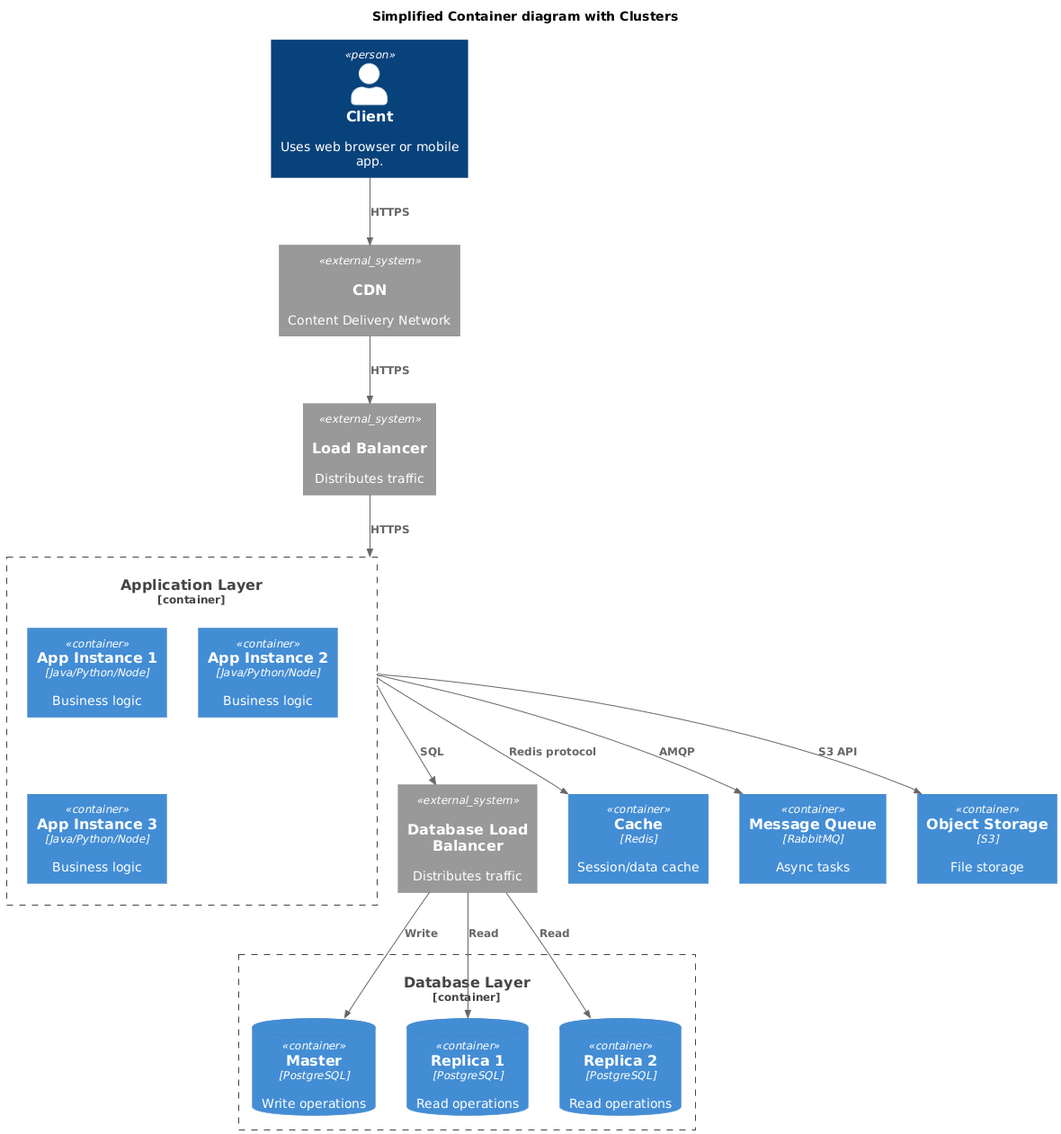
The PlantUML diagram 1 week/c4_simple_system.png in JuliaBars/system_design, before a commit.
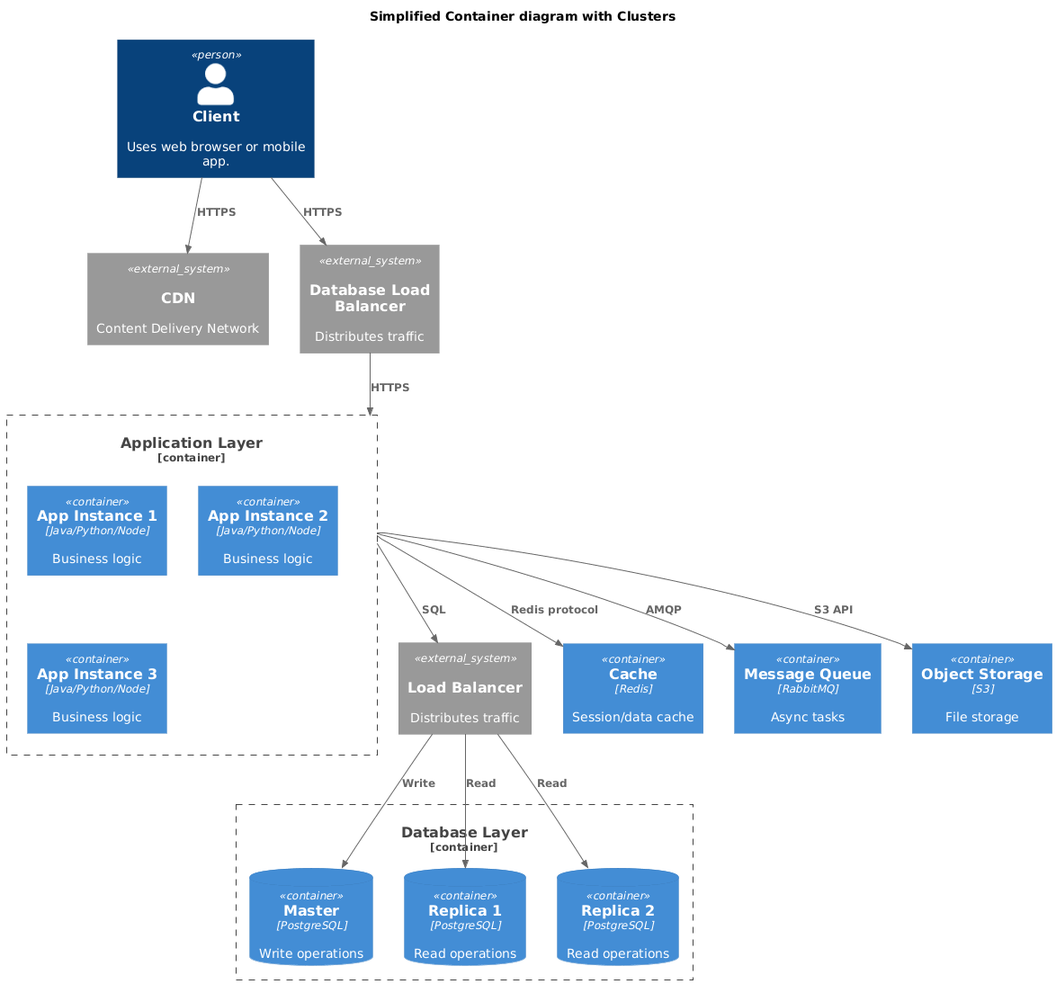
The same file after the commit.

The edit, as a diff of the source:
```diff
@@ -6,8 +6,8 @@
 Person(customer, "Client", "Uses web browser or mobile app.")
 
 System_Ext(cdn, "CDN", "Content Delivery Network", $sprite="internet")
-System_Ext(lb, "Load Balancer", "Distributes traffic", $sprite="internet")
-System_Ext(lb_2, "Database Load Balancer", "Distributes traffic", $sprite="elasticsearch")
+System_Ext(lb_2, "Load Balancer", "Distributes traffic", $sprite="internet")
+System_Ext(lb, "Database Load Balancer", "Distributes traffic", $sprite="elasticsearch")
 
 Container_Boundary(apps, "Application Layer") {
     Container(app1, "App Instance 1", "Java/Python/Node", "Business logic")
@@ -27,7 +27,7 @@
 Container(storage, "Object Storage", "S3", "File storage")
 
 Rel(customer, cdn, "HTTPS")
-Rel(cdn, lb, "HTTPS")
+Rel(customer, lb, "HTTPS")
 Rel(lb, apps, "HTTPS")
 Rel(apps, lb_2, "SQL")
 Rel(lb_2, db_master, "Write")
```
